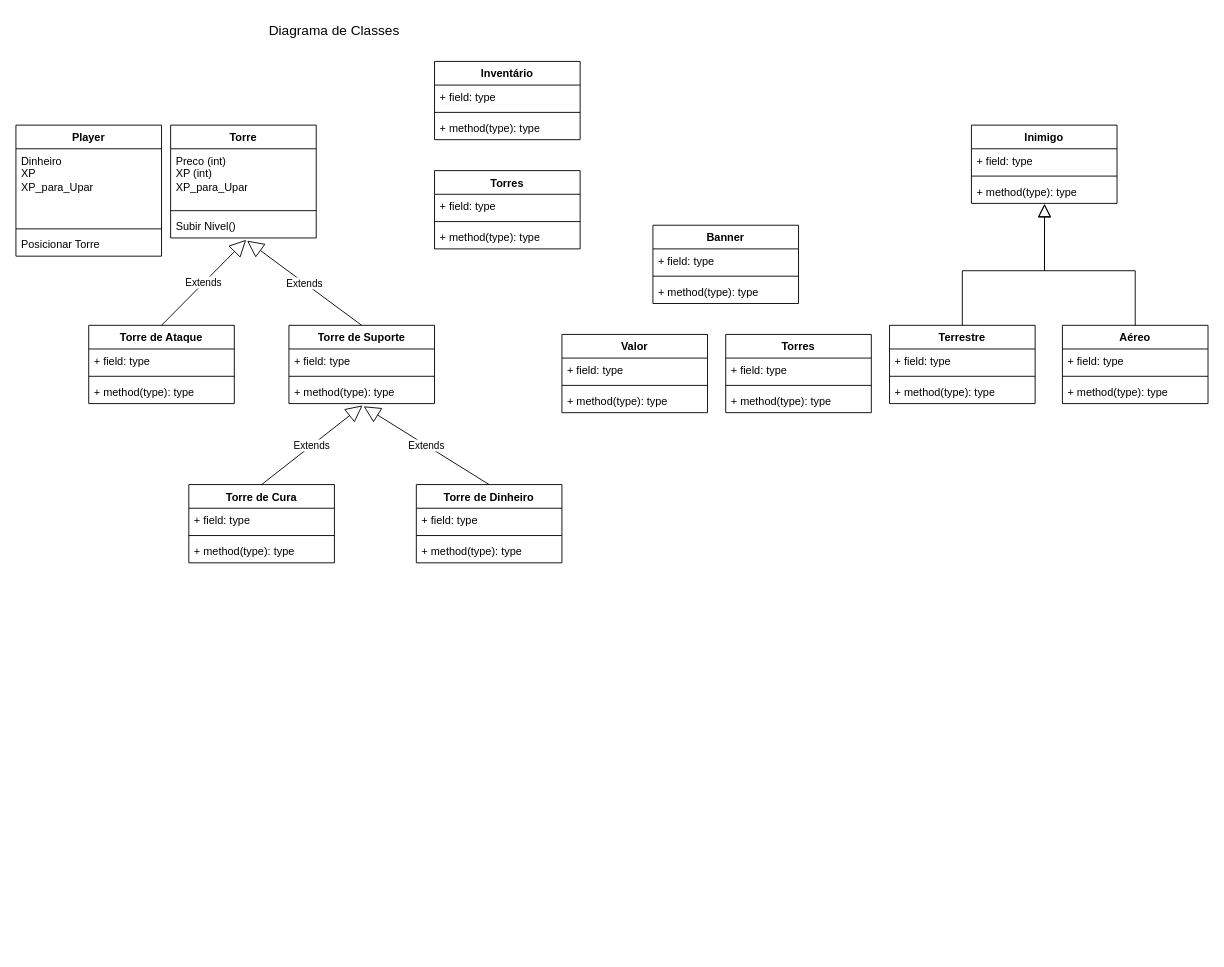
This is Diagrama de Classes.drawio from DEV-0ne-Jao/Projeto-Integrador, a draw.io file, before an edit. Source tidied: cells renumbered, new cells numbered last; positions are measured from the earlier drawing's top-left corner, leaving out a move shared by most shapes. Both pictures are drawn from the tidied source at 91%, with x=0, y=0 at pixel (15, 15).
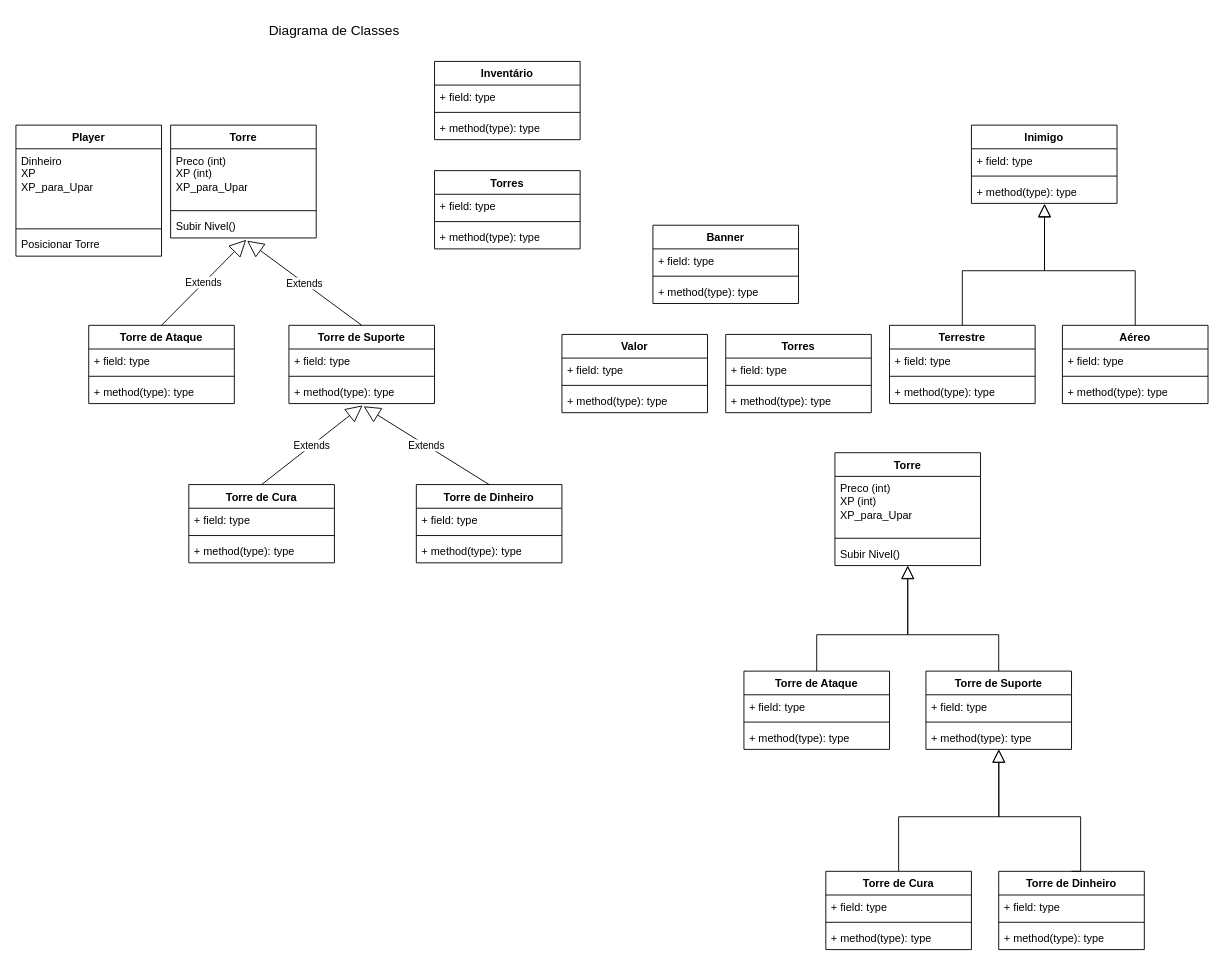
The same diagram, later.

What changed in the source:
```diff
@@
+    <mxCell id="65" value="Torre" style="swimlane;fontStyle=1;align=center;verticalAlign=top;horizontal=1;startSize=26;whiteSpace=wrap;html=1;" parent="1" vertex="1">
+      <mxGeometry x="900" y="480" width="160" height="124" as="geometry" />
+    </mxCell>
+    <mxCell id="66" value="Preco (int)&lt;br&gt;XP (int)&lt;br&gt;XP_para_Upar" style="text;strokeColor=none;fillColor=none;align=left;verticalAlign=top;spacingLeft=4;spacingRight=4;overflow=hidden;whiteSpace=wrap;html=1;" parent="65" vertex="1">
+      <mxGeometry y="26" width="160" height="64" as="geometry" />
+    </mxCell>
+    <mxCell id="67" style="line;strokeWidth=1;fillColor=none;align=left;verticalAlign=middle;spacingTop=-1;spacingLeft=3;spacingRight=3;labelPosition=right;strokeColor=inherit;" parent="65" vertex="1">
+      <mxGeometry y="90" width="160" height="8" as="geometry" />
+    </mxCell>
+    <mxCell id="68" value="Subir Nivel()" style="text;strokeColor=none;fillColor=none;align=left;verticalAlign=top;spacingLeft=4;spacingRight=4;overflow=hidden;points=[[0,0.5],[1,0.5]];portConstraint=eastwest;whiteSpace=wrap;html=1;" parent="65" vertex="1">
+      <mxGeometry y="98" width="160" height="26" as="geometry" />
+    </mxCell>
+    <mxCell id="69" style="group;" parent="1" vertex="1">
+      <mxGeometry x="890" y="720" width="350" height="306" as="geometry" />
+    </mxCell>
+    <mxCell id="70" value="Torre de Suporte" style="swimlane;fontStyle=1;align=center;verticalAlign=top;horizontal=1;startSize=26;whiteSpace=wrap;html=1;" parent="69" vertex="1">
+      <mxGeometry x="110" width="160" height="86" as="geometry" />
+    </mxCell>
+    <mxCell id="71" value="+ field: type" style="text;strokeColor=none;fillColor=none;align=left;verticalAlign=top;spacingLeft=4;spacingRight=4;overflow=hidden;whiteSpace=wrap;html=1;" parent="70" vertex="1">
+      <mxGeometry y="26" width="160" height="26" as="geometry" />
+    </mxCell>
+    <mxCell id="72" style="line;strokeWidth=1;fillColor=none;align=left;verticalAlign=middle;spacingTop=-1;spacingLeft=3;spacingRight=3;labelPosition=right;strokeColor=inherit;" parent="70" vertex="1">
+      <mxGeometry y="52" width="160" height="8" as="geometry" />
+    </mxCell>
+    <mxCell id="73" value="+ method(type): type" style="text;strokeColor=none;fillColor=none;align=left;verticalAlign=top;spacingLeft=4;spacingRight=4;overflow=hidden;points=[[0,0.5],[1,0.5]];portConstraint=eastwest;whiteSpace=wrap;html=1;" parent="70" vertex="1">
+      <mxGeometry y="60" width="160" height="26" as="geometry" />
+    </mxCell>
+    <mxCell id="74" value="Torre de Cura" style="swimlane;fontStyle=1;align=center;verticalAlign=top;horizontal=1;startSize=26;whiteSpace=wrap;html=1;" parent="69" vertex="1">
+      <mxGeometry y="220" width="160" height="86" as="geometry" />
+    </mxCell>
+    <mxCell id="75" value="+ field: type" style="text;strokeColor=none;fillColor=none;align=left;verticalAlign=top;spacingLeft=4;spacingRight=4;overflow=hidden;whiteSpace=wrap;html=1;" parent="74" vertex="1">
+      <mxGeometry y="26" width="160" height="26" as="geometry" />
+    </mxCell>
+    <mxCell id="76" style="line;strokeWidth=1;fillColor=none;align=left;verticalAlign=middle;spacingTop=-1;spacingLeft=3;spacingRight=3;labelPosition=right;strokeColor=inherit;" parent="74" vertex="1">
+      <mxGeometry y="52" width="160" height="8" as="geometry" />
+    </mxCell>
+    <mxCell id="77" value="+ method(type): type" style="text;strokeColor=none;fillColor=none;align=left;verticalAlign=top;spacingLeft=4;spacingRight=4;overflow=hidden;whiteSpace=wrap;html=1;" parent="74" vertex="1">
+      <mxGeometry y="60" width="160" height="26" as="geometry" />
+    </mxCell>
+    <mxCell id="78" value="Torre de Dinheiro" style="swimlane;fontStyle=1;align=center;verticalAlign=top;horizontal=1;startSize=26;whiteSpace=wrap;html=1;" parent="69" vertex="1">
+      <mxGeometry x="190" y="220" width="160" height="86" as="geometry" />
+    </mxCell>
+    <mxCell id="79" value="+ field: type" style="text;strokeColor=none;fillColor=none;align=left;verticalAlign=top;spacingLeft=4;spacingRight=4;overflow=hidden;whiteSpace=wrap;html=1;" parent="78" vertex="1">
+      <mxGeometry y="26" width="160" height="26" as="geometry" />
+    </mxCell>
+    <mxCell id="80" style="line;strokeWidth=1;fillColor=none;align=left;verticalAlign=middle;spacingTop=-1;spacingLeft=3;spacingRight=3;labelPosition=right;strokeColor=inherit;" parent="78" vertex="1">
+      <mxGeometry y="52" width="160" height="8" as="geometry" />
+    </mxCell>
+    <mxCell id="81" value="+ method(type): type" style="text;strokeColor=none;fillColor=none;align=left;verticalAlign=top;spacingLeft=4;spacingRight=4;overflow=hidden;whiteSpace=wrap;html=1;" parent="78" vertex="1">
+      <mxGeometry y="60" width="160" height="26" as="geometry" />
+    </mxCell>
+    <mxCell id="82" style="html=1;endSize=12;endArrow=block;endFill=0;rounded=0;edgeStyle=orthogonalEdgeStyle;entryX=0.501;entryY=1.006;entryDx=0;entryDy=0;entryPerimeter=0;exitX=0.5;exitY=0;exitDx=0;exitDy=0;" parent="69" edge="1" source="74" target="73">
+      <mxGeometry relative="1" as="geometry">
+        <Array as="points">
+          <mxPoint x="80" y="160" />
+          <mxPoint x="190" y="160" />
+        </Array>
+      </mxGeometry>
+    </mxCell>
+    <mxCell id="83" style="html=1;endSize=12;endArrow=block;endFill=0;rounded=0;edgeStyle=orthogonalEdgeStyle;exitX=0.5;exitY=0;exitDx=0;exitDy=0;entryX=0.5;entryY=1;entryDx=0;entryDy=0;" parent="69" edge="1" source="78" target="70">
+      <mxGeometry relative="1" as="geometry">
+        <Array as="points">
+          <mxPoint x="280" y="220" />
+          <mxPoint x="280" y="160" />
+          <mxPoint x="190" y="160" />
+        </Array>
+      </mxGeometry>
+    </mxCell>
+    <mxCell id="84" value="Torre de Ataque" style="swimlane;fontStyle=1;align=center;verticalAlign=top;horizontal=1;startSize=26;whiteSpace=wrap;html=1;" parent="1" vertex="1">
+      <mxGeometry x="800" y="720" width="160" height="86" as="geometry" />
+    </mxCell>
+    <mxCell id="85" value="+ field: type" style="text;strokeColor=none;fillColor=none;align=left;verticalAlign=top;spacingLeft=4;spacingRight=4;overflow=hidden;whiteSpace=wrap;html=1;" parent="84" vertex="1">
+      <mxGeometry y="26" width="160" height="26" as="geometry" />
+    </mxCell>
+    <mxCell id="86" style="line;strokeWidth=1;fillColor=none;align=left;verticalAlign=middle;spacingTop=-1;spacingLeft=3;spacingRight=3;labelPosition=right;strokeColor=inherit;" parent="84" vertex="1">
+      <mxGeometry y="52" width="160" height="8" as="geometry" />
+    </mxCell>
+    <mxCell id="87" value="+ method(type): type" style="text;strokeColor=none;fillColor=none;align=left;verticalAlign=top;spacingLeft=4;spacingRight=4;overflow=hidden;whiteSpace=wrap;html=1;" parent="84" vertex="1">
+      <mxGeometry y="60" width="160" height="26" as="geometry" />
+    </mxCell>
+    <mxCell id="88" style="edgeStyle=orthogonalEdgeStyle;html=1;endSize=12;endArrow=block;endFill=0;rounded=0;exitX=0.5;exitY=0;exitDx=0;exitDy=0;" parent="1" edge="1" source="70" target="68">
+      <mxGeometry relative="1" as="geometry">
+        <Array as="points">
+          <mxPoint x="1080" y="680" />
+          <mxPoint x="980" y="680" />
+        </Array>
+      </mxGeometry>
+    </mxCell>
+    <mxCell id="89" style="edgeStyle=orthogonalEdgeStyle;html=1;endSize=12;endArrow=block;endFill=0;rounded=0;exitX=0.5;exitY=0;exitDx=0;exitDy=0;entryX=0.5;entryY=1.017;entryDx=0;entryDy=0;entryPerimeter=0;" parent="1" edge="1" source="84" target="68">
+      <mxGeometry relative="1" as="geometry">
+        <Array as="points">
+          <mxPoint x="880" y="720" />
+          <mxPoint x="880" y="680" />
+          <mxPoint x="980" y="680" />
+        </Array>
+      </mxGeometry>
+    </mxCell>
```
